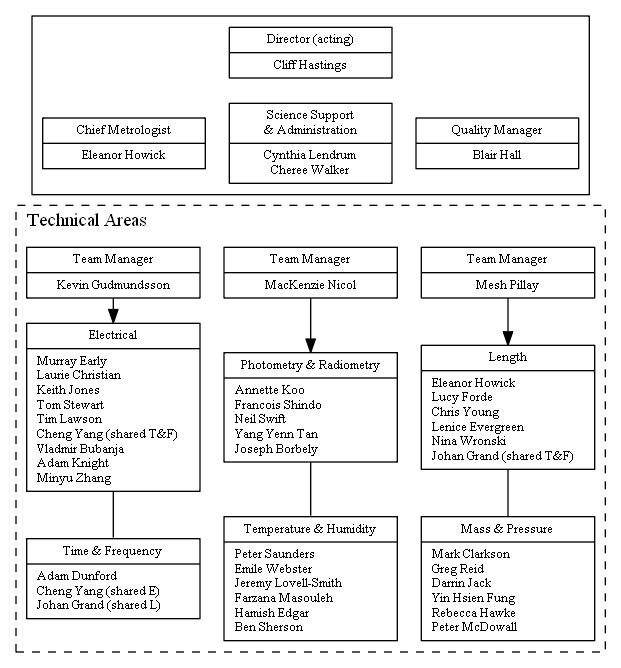
MSLNZ/Quality-Manual keeps this Graphviz diagram as quality_manual_document/pictures/MSL_org_full.png. Above is the earlier version. Its source is kept beside it as quality_manual_document/pictures/MSL_org_full.gv. The source it was exported from:
```dot
/*
To create an image for "file.gv":

    > dot -Tpng MSL_org_full.gv -o MSL_org_full.png

    or

    > dot -Tpdf MSL_org_full.gv -o MSL_org_full.pdf

*/
digraph {
    font=Times;
    subgraph cluster_box {

        node [
                fontsize = 10,
                shape=record,
                fixedsize=shape     /* Don't want different widths */
                width=1.7           /* inches */
        ];
        labeljust="l";
        ranksep = 0.7;              /* minimum vertical distance */
        nodesep = "0.1 equally"     /* minimum horizontal distance */

        B1 [style=invis];
        D [label="{Director (acting)|Cliff Hastings}"];
        B2 [style=invis];

        {rank=same; B2, D, B1 ; }

        QM [label="{Quality Manager|Blair Hall}" ];
        SSC[label="{Science Support\n& Administration|Cynthia Lendrum\nCheree Walker}" ];
        CM [label="{Chief Metrologist|Eleanor Howick}" ];

        {rank=same; QM, SSC, CM; }





        B2 -> CM  [style=invis];
        D -> SSC   [style=invis];
        B1 -> QM [style=invis];
    }

    subgraph cluster_3 {
        fontsize = 14;
        style="dashed";
        labelstyle=bold;
        labeljust="l";
        label="Technical Areas";

        node [
            fontsize = 10
            shape = "record"
            fixedsize=shape     /* Don't want different widths */
            width=1.8           /* inches */
        ];

        TeamLengthMass[
            label="{Team Manager|"
            +   "Mesh Pillay\n"
            +   "}"
        ];


        TeamTemperatureLight[
            label="{Team Manager|"
            +   "MacKenzie Nicol\n"
            +   "}"
        ];

        TeamElectricalTime[
            label="{Team Manager|"
            +   "Kevin Gudmundsson\n" // "Cliff Hastings\n"
            +   "}"
        ];

        {rank=same; TeamLengthMass, TeamTemperatureLight, TeamElectricalTime; }

        S_length [label = "{ Length| "
        +   "Eleanor Howick\l"
        +   "Lucy Forde\l"
        +   "Chris Young\l"
        +   "Lenice Evergreen\l"
        +   "Nina Wronski\l"
        +	"Johan Grand (shared T&F)\l"
        +   "}"
        ];

        S_mass_pressure [label = "{ Mass & Pressure| "
        +	"Mark Clarkson\l"
        +	"Greg Reid\l"
        +	"Darrin Jack\l"
        +	"Yin Hsien Fung\l"
        +	"Rebecca Hawke\l" // Sutton-Hawke
        +	"Peter McDowall\l"
        +   "}"
        ];

        S_electrical [label = "{ Electrical| "
        +   "Murray Early\l"
        +	"Laurie Christian\l"
        +	"Keith Jones\l"
        +	"Tom Stewart\l"
        +	"Tim Lawson\l"
        +	"Cheng Yang (shared T&F)\l"
        +	"Vladmir Bubanja\l"
         +	"Adam Knight\l"
        +	"Minyu Zhang\l"
       +   "}"
        ];

        S_photometry_radiometry [label = "{Photometry & Radiometry| "
        +   "Annette Koo\l"
        +	"Francois Shindo\l"
        +	"Neil Swift\l"
        +	"Yang Yenn Tan\l"
        +	"Joseph Borbely\l"
        +   "}"
        ];


        S_temperature_humidity [label = "{Temperature & Humidity|  "
        +   "Peter Saunders\l"
        +	"Emile Webster\l"
        +	"Jeremy Lovell-Smith\l"
        + 	"Farzana Masouleh\l"
        +	"Hamish Edgar\l"
        +	"Ben Sherson\l"
        +   "}"
        ];

        S_time_frequency [label = "{Time & Frequency|"
        +	"Adam Dunford\l"
        +	"Cheng Yang (shared E)\l"
        +	"Johan Grand (shared L)\l"
        +   "}"
        ];





    }
    CM -> TeamElectricalTime [style=invis];
    SSC -> TeamTemperatureLight [style=invis];
    QM -> TeamLengthMass  [style=invis];
    TeamElectricalTime -> S_electrical ;
    S_electrical -> S_time_frequency [arrowsize=0] ;
    TeamTemperatureLight -> S_photometry_radiometry ;
    S_photometry_radiometry ->  S_temperature_humidity[arrowsize=0] ;
    TeamLengthMass -> S_length ;
    S_length  ->  S_mass_pressure [arrowsize=0] ;
}
```
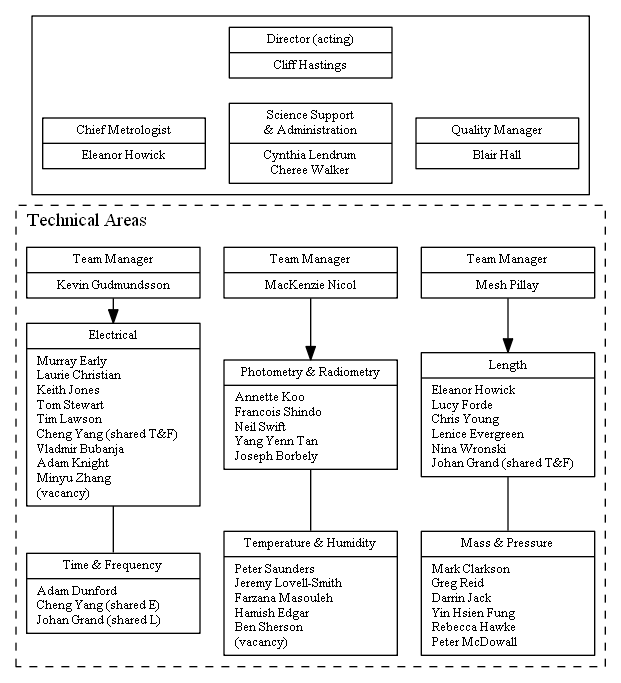
After the change.

Change to the diagram source:
```diff
@@ -106,9 +106,10 @@
         +	"Tim Lawson\l"
         +	"Cheng Yang (shared T&F)\l"
         +	"Vladmir Bubanja\l"
-         +	"Adam Knight\l"
+        +	"Adam Knight\l"
         +	"Minyu Zhang\l"
-       +   "}"
+        +   "(vacancy)\l"
+        +   "}"
         ];
 
         S_photometry_radiometry [label = "{Photometry & Radiometry| "
@@ -123,11 +124,11 @@
 
         S_temperature_humidity [label = "{Temperature & Humidity|  "
         +   "Peter Saunders\l"
-        +	"Emile Webster\l"
         +	"Jeremy Lovell-Smith\l"
         + 	"Farzana Masouleh\l"
         +	"Hamish Edgar\l"
         +	"Ben Sherson\l"
+        +   "(vacancy)\l"
         +   "}"
         ];
 
```
